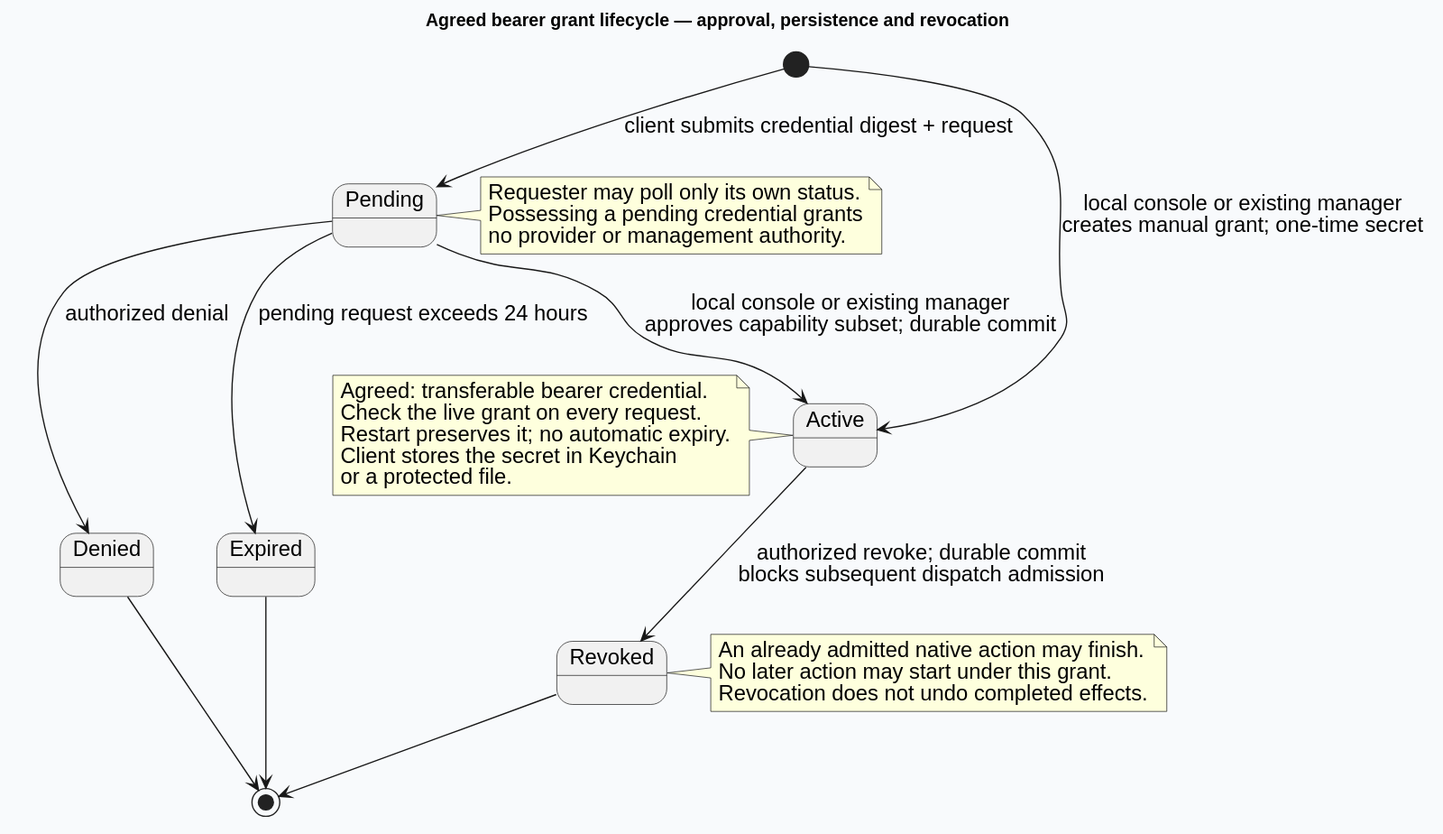
This is docs/design/architecture/grants.svg from Linkuistics/Koine, a PlantUML export, as it was before one commit. The source it was exported from:
```plantuml
@startuml
skinparam backgroundColor #F8FAFC
skinparam defaultFontName Helvetica
skinparam defaultFontSize 17
skinparam shadowing false
title Agreed bearer grant lifecycle — approval, persistence and revocation
[*] --> Pending : client submits credential digest + request
Pending --> Active : local console or existing manager\napproves capability subset; durable commit
Pending --> Denied : authorized denial
Pending --> Expired : pending request exceeds 24 hours
[*] --> Active : local console or existing manager\ncreates manual grant; one-time secret
Active --> Revoked : authorized revoke; durable commit\nblocks subsequent dispatch admission
Revoked --> [*]
Denied --> [*]
Expired --> [*]
note right of Pending
Requester may poll only its own status.
Possessing a pending credential grants
no provider or management authority.
end note
note left of Active
Agreed: transferable bearer credential.
Check the live grant on every request.
Restart preserves it; no automatic expiry.
Client stores the secret in Keychain
or a protected file.
end note
note right of Revoked
An already admitted native action may finish.
No later action may start under this grant.
Revocation does not undo completed effects.
end note
@enduml
```
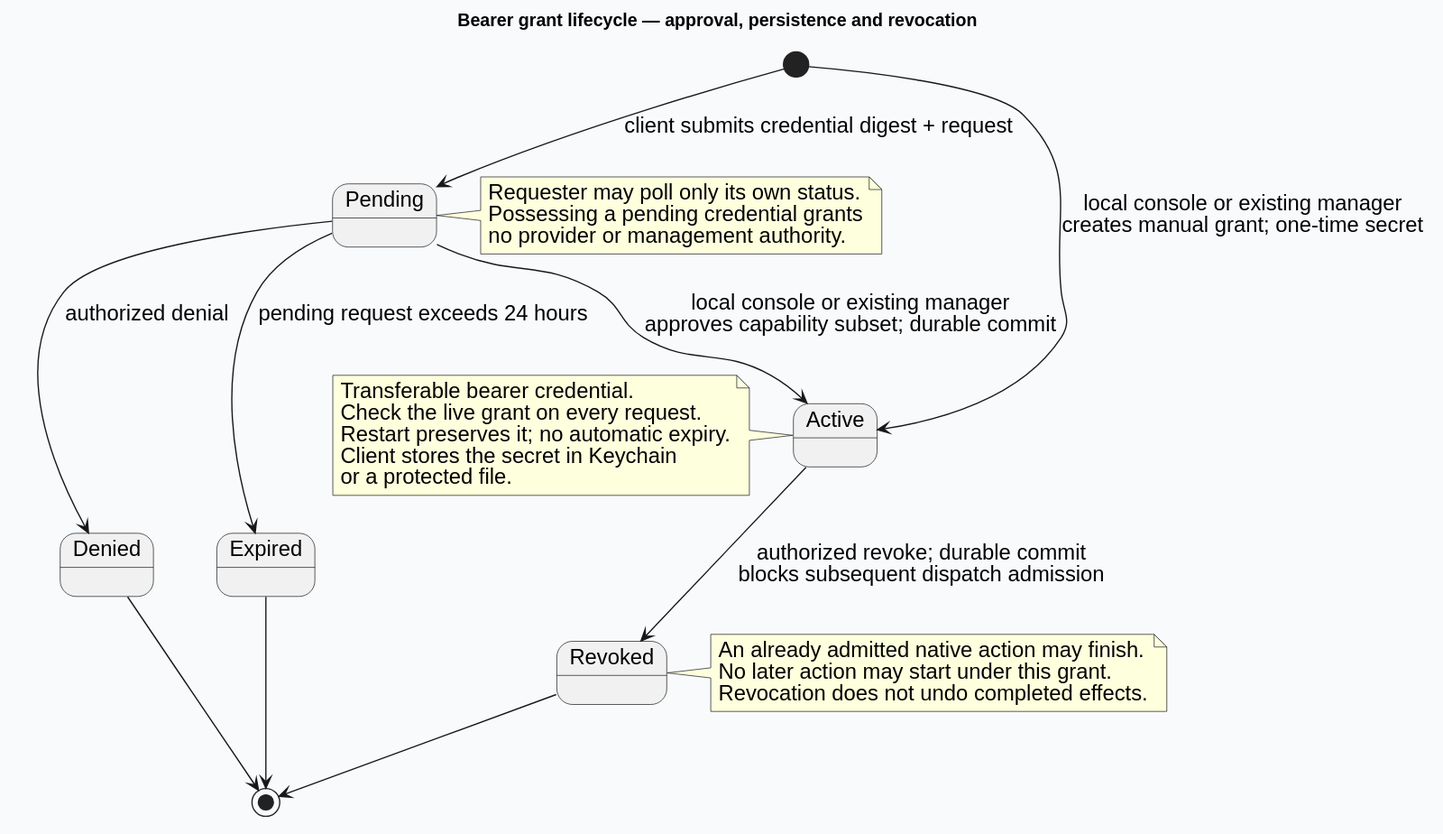
Above is the later version.

What changed in the source:
```diff
@@ -3,7 +3,7 @@
 skinparam defaultFontName Helvetica
 skinparam defaultFontSize 17
 skinparam shadowing false
-title Agreed bearer grant lifecycle — approval, persistence and revocation
+title Bearer grant lifecycle — approval, persistence and revocation
 [*] --> Pending : client submits credential digest + request
 Pending --> Active : local console or existing manager\napproves capability subset; durable commit
 Pending --> Denied : authorized denial
@@ -19,7 +19,7 @@
 no provider or management authority.
 end note
 note left of Active
-Agreed: transferable bearer credential.
+Transferable bearer credential.
 Check the live grant on every request.
 Restart preserves it; no automatic expiry.
 Client stores the secret in Keychain
```
